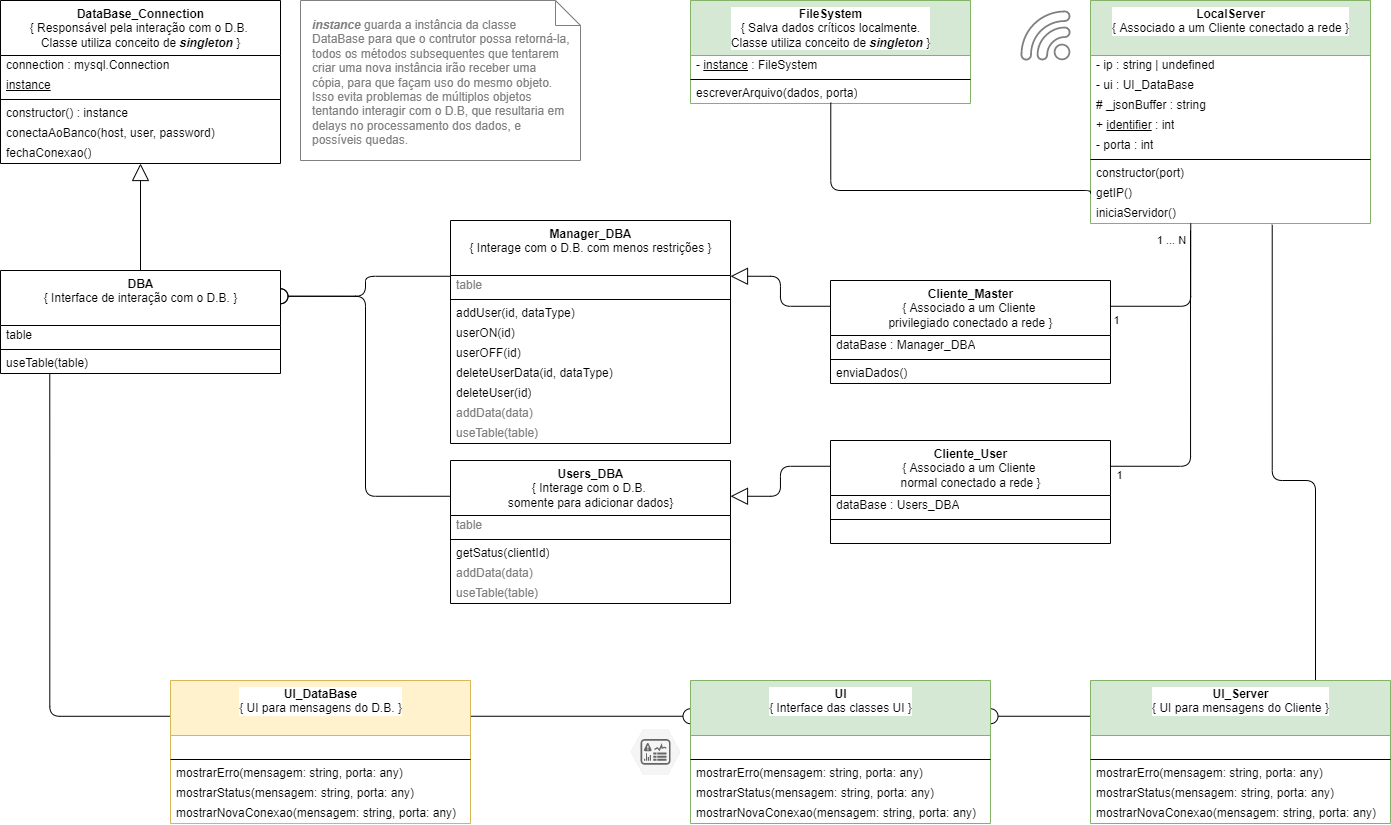
The draw.io diagram MKSENSE.drawio.png in DIEGOVZK/MKSENSE, before a commit. Source tidied: cells renumbered, new cells last; positions are measured from the earlier drawing's top-left corner, leaving out a move shared by most shapes.
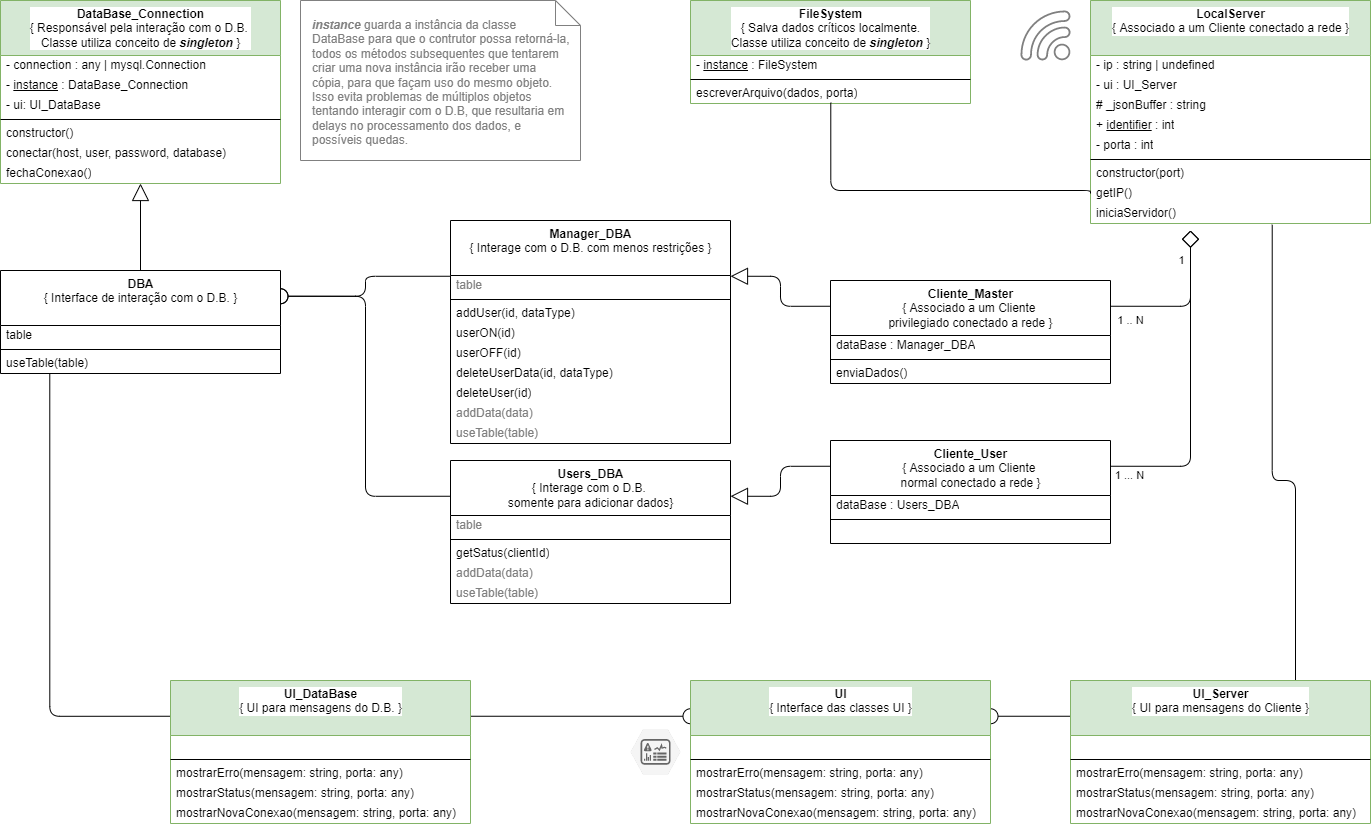
Later version of the same file.

Commit message:
UML Status Update

The edit, as a diff of the source:
```diff
@@ -2,26 +2,29 @@
   <root>
     <mxCell id="0" />
     <mxCell id="1" parent="0" />
-    <mxCell id="2" value="&lt;b&gt;DataBase_Connection&lt;br&gt;&lt;/b&gt;{ Responsável pela interação com o D.B. &lt;br&gt;Classe utiliza conceito de &lt;i&gt;&lt;b&gt;singleton&lt;/b&gt;&lt;/i&gt; }" style="swimlane;fontStyle=0;align=center;verticalAlign=top;horizontal=1;startSize=55;html=1;labelBackgroundColor=#FFFFFF;labelBorderColor=none;" parent="1" vertex="1">
-      <mxGeometry width="280" height="163" as="geometry" />
+    <mxCell id="2" value="&lt;b&gt;DataBase_Connection&lt;br&gt;&lt;/b&gt;{ Responsável pela interação com o D.B. &lt;br&gt;Classe utiliza conceito de &lt;i&gt;&lt;b&gt;singleton&lt;/b&gt;&lt;/i&gt; }" style="swimlane;fontStyle=0;align=center;verticalAlign=top;horizontal=1;startSize=55;html=1;labelBackgroundColor=#FFFFFF;labelBorderColor=none;fillColor=#d5e8d4;strokeColor=#82b366;" parent="1" vertex="1">
+      <mxGeometry width="280" height="183" as="geometry" />
     </mxCell>
-    <mxCell id="3" value="connection : mysql.Connection" style="text;html=1;strokeColor=none;fillColor=none;align=left;verticalAlign=middle;spacingLeft=4;spacingRight=4;overflow=hidden;labelBackgroundColor=#FFFFFF;labelBorderColor=none;" parent="2" vertex="1">
+    <mxCell id="3" value="- connection : any | mysql.Connection" style="text;html=1;strokeColor=none;fillColor=none;align=left;verticalAlign=middle;spacingLeft=4;spacingRight=4;overflow=hidden;labelBackgroundColor=#FFFFFF;labelBorderColor=none;" parent="2" vertex="1">
       <mxGeometry y="55" width="280" height="20" as="geometry" />
     </mxCell>
-    <mxCell id="4" value="&lt;u&gt;instance&lt;/u&gt;" style="text;html=1;strokeColor=none;fillColor=none;align=left;verticalAlign=middle;spacingLeft=4;spacingRight=4;overflow=hidden;labelBackgroundColor=#FFFFFF;labelBorderColor=none;" parent="2" vertex="1">
+    <mxCell id="4" value="-&amp;nbsp;&lt;u&gt;instance&lt;/u&gt;&amp;nbsp;: DataBase_Connection" style="text;html=1;strokeColor=none;fillColor=none;align=left;verticalAlign=middle;spacingLeft=4;spacingRight=4;overflow=hidden;labelBackgroundColor=#FFFFFF;labelBorderColor=none;" parent="2" vertex="1">
       <mxGeometry y="75" width="280" height="20" as="geometry" />
     </mxCell>
+    <mxCell id="88" value="- ui: UI_DataBase" style="text;html=1;strokeColor=none;fillColor=none;align=left;verticalAlign=middle;spacingLeft=4;spacingRight=4;overflow=hidden;labelBackgroundColor=#FFFFFF;labelBorderColor=none;" parent="2" vertex="1">
+      <mxGeometry y="95" width="280" height="20" as="geometry" />
+    </mxCell>
     <mxCell id="5" style="line;strokeWidth=1;fillColor=none;align=left;verticalAlign=middle;spacingTop=-1;spacingLeft=3;spacingRight=3;labelPosition=right;labelBackgroundColor=#FFFFFF;labelBorderColor=none;" parent="2" vertex="1">
-      <mxGeometry y="95" width="280" height="8" as="geometry" />
+      <mxGeometry y="115" width="280" height="8" as="geometry" />
     </mxCell>
-    <mxCell id="6" value="constructor() : instance" style="text;html=1;strokeColor=none;fillColor=none;align=left;verticalAlign=middle;spacingLeft=4;spacingRight=4;overflow=hidden;labelBackgroundColor=#FFFFFF;labelBorderColor=none;" parent="2" vertex="1">
-      <mxGeometry y="103" width="280" height="20" as="geometry" />
+    <mxCell id="6" value="constructor()&amp;nbsp;" style="text;html=1;strokeColor=none;fillColor=none;align=left;verticalAlign=middle;spacingLeft=4;spacingRight=4;overflow=hidden;labelBackgroundColor=#FFFFFF;labelBorderColor=none;" parent="2" vertex="1">
+      <mxGeometry y="123" width="280" height="20" as="geometry" />
     </mxCell>
-    <mxCell id="7" value="conectaAoBanco(host, user, password)&amp;nbsp;" style="text;html=1;strokeColor=none;fillColor=none;align=left;verticalAlign=middle;spacingLeft=4;spacingRight=4;overflow=hidden;labelBackgroundColor=#FFFFFF;labelBorderColor=none;" parent="2" vertex="1">
-      <mxGeometry y="123" width="280" height="20" as="geometry" />
+    <mxCell id="7" value="conectar(host, user, password, database)&amp;nbsp;" style="text;html=1;strokeColor=none;fillColor=none;align=left;verticalAlign=middle;spacingLeft=4;spacingRight=4;overflow=hidden;labelBackgroundColor=#FFFFFF;labelBorderColor=none;" parent="2" vertex="1">
+      <mxGeometry y="143" width="280" height="20" as="geometry" />
     </mxCell>
     <mxCell id="8" value="fechaConexao()" style="text;html=1;strokeColor=none;fillColor=none;align=left;verticalAlign=middle;spacingLeft=4;spacingRight=4;overflow=hidden;labelBackgroundColor=#FFFFFF;labelBorderColor=none;" parent="2" vertex="1">
-      <mxGeometry y="143" width="280" height="20" as="geometry" />
+      <mxGeometry y="163" width="280" height="20" as="geometry" />
     </mxCell>
     <mxCell id="9" style="edgeStyle=none;html=1;entryX=0.5;entryY=1;entryDx=0;entryDy=0;endArrow=block;endFill=0;startArrow=none;startFill=0;endSize=15;labelBackgroundColor=#FFFFFF;labelBorderColor=none;" parent="1" edge="1" source="12" target="2">
       <mxGeometry relative="1" as="geometry" />
@@ -50,7 +53,7 @@
     <mxCell id="17" value="- ip : string | undefined" style="text;html=1;strokeColor=none;fillColor=none;align=left;verticalAlign=middle;spacingLeft=4;spacingRight=4;overflow=hidden;labelBackgroundColor=#FFFFFF;labelBorderColor=none;" parent="16" vertex="1">
       <mxGeometry y="55" width="280" height="20" as="geometry" />
     </mxCell>
-    <mxCell id="18" value="- ui : UI_DataBase" style="text;html=1;strokeColor=none;fillColor=none;align=left;verticalAlign=middle;spacingLeft=4;spacingRight=4;overflow=hidden;labelBackgroundColor=#FFFFFF;labelBorderColor=none;" parent="16" vertex="1">
+    <mxCell id="18" value="- ui : UI_Server" style="text;html=1;strokeColor=none;fillColor=none;align=left;verticalAlign=middle;spacingLeft=4;spacingRight=4;overflow=hidden;labelBackgroundColor=#FFFFFF;labelBorderColor=none;" parent="16" vertex="1">
       <mxGeometry y="75" width="280" height="20" as="geometry" />
     </mxCell>
     <mxCell id="19" value="# _jsonBuffer : string" style="text;html=1;strokeColor=none;fillColor=none;align=left;verticalAlign=middle;spacingLeft=4;spacingRight=4;overflow=hidden;labelBackgroundColor=#FFFFFF;labelBorderColor=none;" parent="16" vertex="1">
@@ -74,7 +77,7 @@
     <mxCell id="25" value="iniciaServidor()" style="text;html=1;strokeColor=none;fillColor=none;align=left;verticalAlign=middle;spacingLeft=4;spacingRight=4;overflow=hidden;points=[[0,0.5],[1,0.5]];portConstraint=eastwest;labelBackgroundColor=#FFFFFF;labelBorderColor=none;" parent="16" vertex="1">
       <mxGeometry y="203" width="280" height="20" as="geometry" />
     </mxCell>
-    <mxCell id="26" style="edgeStyle=orthogonalEdgeStyle;html=1;exitX=1;exitY=0.25;exitDx=0;exitDy=0;shadow=0;fontColor=#000000;startArrow=none;startFill=0;endArrow=none;endFill=0;startSize=15;endSize=15;sourcePerimeterSpacing=0;targetPerimeterSpacing=1;labelBackgroundColor=#FFFFFF;labelBorderColor=none;" parent="1" edge="1" source="27">
+    <mxCell id="26" style="edgeStyle=orthogonalEdgeStyle;html=1;exitX=1;exitY=0.25;exitDx=0;exitDy=0;shadow=0;fontColor=#000000;startArrow=none;startFill=0;endArrow=diamond;endFill=0;startSize=15;endSize=15;sourcePerimeterSpacing=0;targetPerimeterSpacing=1;labelBackgroundColor=#FFFFFF;labelBorderColor=none;" parent="1" edge="1" source="27">
       <mxGeometry relative="1" as="geometry">
         <mxPoint x="1190" y="230" as="targetPoint" />
       </mxGeometry>
@@ -121,13 +124,13 @@
     <mxCell id="40" style="edgeStyle=orthogonalEdgeStyle;html=1;exitX=0.75;exitY=0;exitDx=0;exitDy=0;shadow=0;fontColor=#000000;startArrow=none;startFill=0;endArrow=none;endFill=0;startSize=15;endSize=15;sourcePerimeterSpacing=0;targetPerimeterSpacing=1;labelBackgroundColor=#FFFFFF;labelBorderColor=none;entryX=0.649;entryY=1.063;entryDx=0;entryDy=0;entryPerimeter=0;" parent="1" edge="1" source="41" target="25">
       <mxGeometry relative="1" as="geometry">
         <Array as="points">
-          <mxPoint x="1315" y="480" />
+          <mxPoint x="1295" y="480" />
           <mxPoint x="1272" y="480" />
         </Array>
       </mxGeometry>
     </mxCell>
     <mxCell id="41" value="&lt;b&gt;UI_Server&lt;br&gt;&lt;/b&gt;{ UI para mensagens do Cliente }" style="swimlane;fontStyle=0;align=center;verticalAlign=top;horizontal=1;startSize=55;html=1;labelBackgroundColor=#FFFFFF;labelBorderColor=none;fillColor=#d5e8d4;strokeColor=#82b366;" parent="1" vertex="1">
-      <mxGeometry x="1090" y="680" width="300" height="143" as="geometry" />
+      <mxGeometry x="1070" y="680" width="300" height="143" as="geometry" />
     </mxCell>
     <mxCell id="42" value="&amp;nbsp;" style="text;html=1;strokeColor=none;fillColor=none;align=left;verticalAlign=middle;spacingLeft=4;spacingRight=4;overflow=hidden;labelBackgroundColor=#FFFFFF;labelBorderColor=none;" parent="41" vertex="1">
       <mxGeometry y="55" width="300" height="20" as="geometry" />
@@ -147,7 +150,7 @@
     <mxCell id="47" style="edgeStyle=orthogonalEdgeStyle;html=1;exitX=0;exitY=0.25;exitDx=0;exitDy=0;entryX=0.176;entryY=0.983;entryDx=0;entryDy=0;entryPerimeter=0;shadow=0;fontColor=#000000;startArrow=none;startFill=0;endArrow=none;endFill=0;startSize=15;endSize=15;sourcePerimeterSpacing=0;targetPerimeterSpacing=1;labelBackgroundColor=#FFFFFF;labelBorderColor=none;" parent="1" edge="1" source="48" target="15">
       <mxGeometry relative="1" as="geometry" />
     </mxCell>
-    <mxCell id="48" value="&lt;b&gt;UI_DataBase&lt;br&gt;&lt;/b&gt;{ UI para mensagens do D.B. }" style="swimlane;fontStyle=0;align=center;verticalAlign=top;horizontal=1;startSize=55;html=1;labelBackgroundColor=#FFFFFF;labelBorderColor=none;fillColor=#fff2cc;strokeColor=#d6b656;" parent="1" vertex="1">
+    <mxCell id="48" value="&lt;b&gt;UI_DataBase&lt;br&gt;&lt;/b&gt;{ UI para mensagens do D.B. }" style="swimlane;fontStyle=0;align=center;verticalAlign=top;horizontal=1;startSize=55;html=1;labelBackgroundColor=#FFFFFF;labelBorderColor=none;fillColor=#d5e8d4;strokeColor=#82b366;" parent="1" vertex="1">
       <mxGeometry x="170" y="680" width="300" height="143" as="geometry" />
     </mxCell>
     <mxCell id="49" value="&amp;nbsp;" style="text;html=1;strokeColor=none;fillColor=none;align=left;verticalAlign=middle;spacingLeft=4;spacingRight=4;overflow=hidden;labelBackgroundColor=#FFFFFF;labelBorderColor=none;" parent="48" vertex="1">
@@ -225,22 +228,24 @@
     <mxCell id="73" value="&lt;font color=&quot;#808080&quot;&gt;useTable(table)&lt;/font&gt;" style="text;html=1;strokeColor=none;fillColor=none;align=left;verticalAlign=middle;spacingLeft=4;spacingRight=4;overflow=hidden;labelBackgroundColor=#FFFFFF;labelBorderColor=none;" parent="68" vertex="1">
       <mxGeometry y="123" width="280" height="20" as="geometry" />
     </mxCell>
-    <mxCell id="74" style="edgeStyle=orthogonalEdgeStyle;html=1;exitX=1;exitY=0.25;exitDx=0;exitDy=0;shadow=0;fontColor=#000000;startArrow=none;startFill=0;endArrow=none;endFill=0;startSize=15;endSize=15;sourcePerimeterSpacing=0;targetPerimeterSpacing=1;entryX=0.358;entryY=0.999;entryDx=0;entryDy=0;entryPerimeter=0;labelBackgroundColor=#FFFFFF;labelBorderColor=none;" parent="1" edge="1" source="78" target="25">
-      <mxGeometry relative="1" as="geometry" />
+    <mxCell id="74" style="edgeStyle=orthogonalEdgeStyle;html=1;exitX=1;exitY=0.25;exitDx=0;exitDy=0;shadow=0;fontColor=#000000;startArrow=none;startFill=0;endArrow=diamond;endFill=0;startSize=15;endSize=15;sourcePerimeterSpacing=0;targetPerimeterSpacing=1;labelBackgroundColor=#FFFFFF;labelBorderColor=none;" parent="1" edge="1" source="78">
+      <mxGeometry relative="1" as="geometry">
+        <mxPoint x="1190" y="230" as="targetPoint" />
+      </mxGeometry>
     </mxCell>
     <mxCell id="75" value="1" style="edgeLabel;html=1;align=center;verticalAlign=middle;fontColor=#000000;labelBackgroundColor=#FFFFFF;labelBorderColor=none;" parent="74" vertex="1">
       <mxGeometry x="-0.73" y="2" relative="1" as="geometry">
         <mxPoint x="-39" y="-6" as="offset" />
       </mxGeometry>
     </mxCell>
-    <mxCell id="76" value="1 ... N" style="edgeLabel;html=1;align=center;verticalAlign=middle;fontColor=#000000;labelBackgroundColor=#FFFFFF;labelBorderColor=none;" parent="74" vertex="1">
+    <mxCell id="76" value="1" style="edgeLabel;html=1;align=center;verticalAlign=middle;fontColor=#000000;labelBackgroundColor=#FFFFFF;labelBorderColor=none;" parent="74" vertex="1">
       <mxGeometry x="0.88" y="2" relative="1" as="geometry">
-        <mxPoint x="-18" y="7" as="offset" />
+        <mxPoint x="-8" y="21" as="offset" />
       </mxGeometry>
     </mxCell>
-    <mxCell id="77" value="1" style="edgeLabel;html=1;align=center;verticalAlign=middle;fontColor=#000000;labelBackgroundColor=#FFFFFF;labelBorderColor=none;" parent="74" vertex="1">
+    <mxCell id="77" value="1 .. N" style="edgeLabel;html=1;align=center;verticalAlign=middle;fontColor=#000000;labelBackgroundColor=#FFFFFF;labelBorderColor=none;" parent="74" vertex="1">
       <mxGeometry x="-0.76" y="2" relative="1" as="geometry">
-        <mxPoint x="-15" y="16" as="offset" />
+        <mxPoint y="16" as="offset" />
       </mxGeometry>
     </mxCell>
     <mxCell id="78" value="&lt;b&gt;Cliente_Master&lt;br&gt;&lt;/b&gt;{ Associado a um Cliente &lt;br&gt;privilegiado conectado a rede }" style="swimlane;fontStyle=0;align=center;verticalAlign=top;horizontal=1;startSize=55;html=1;labelBackgroundColor=#FFFFFF;labelBorderColor=none;" parent="1" vertex="1">
@@ -255,8 +260,8 @@
     <mxCell id="81" value="enviaDados()" style="text;html=1;strokeColor=none;fillColor=none;align=left;verticalAlign=middle;spacingLeft=4;spacingRight=4;overflow=hidden;labelBackgroundColor=#FFFFFF;labelBorderColor=none;" parent="78" vertex="1">
       <mxGeometry y="83" width="280" height="20" as="geometry" />
     </mxCell>
-    <mxCell id="82" value="1" style="edgeLabel;html=1;align=center;verticalAlign=middle;fontColor=#000000;labelBackgroundColor=#FFFFFF;labelBorderColor=none;" parent="1" vertex="1">
-      <mxGeometry x="1129.9" y="321.5" as="geometry">
+    <mxCell id="82" value="1 ... N" style="edgeLabel;html=1;align=center;verticalAlign=middle;fontColor=#000000;labelBackgroundColor=#FFFFFF;labelBorderColor=none;" parent="1" vertex="1">
+      <mxGeometry x="1140" y="321.5" as="geometry">
         <mxPoint x="-11" y="153" as="offset" />
       </mxGeometry>
     </mxCell>
```
